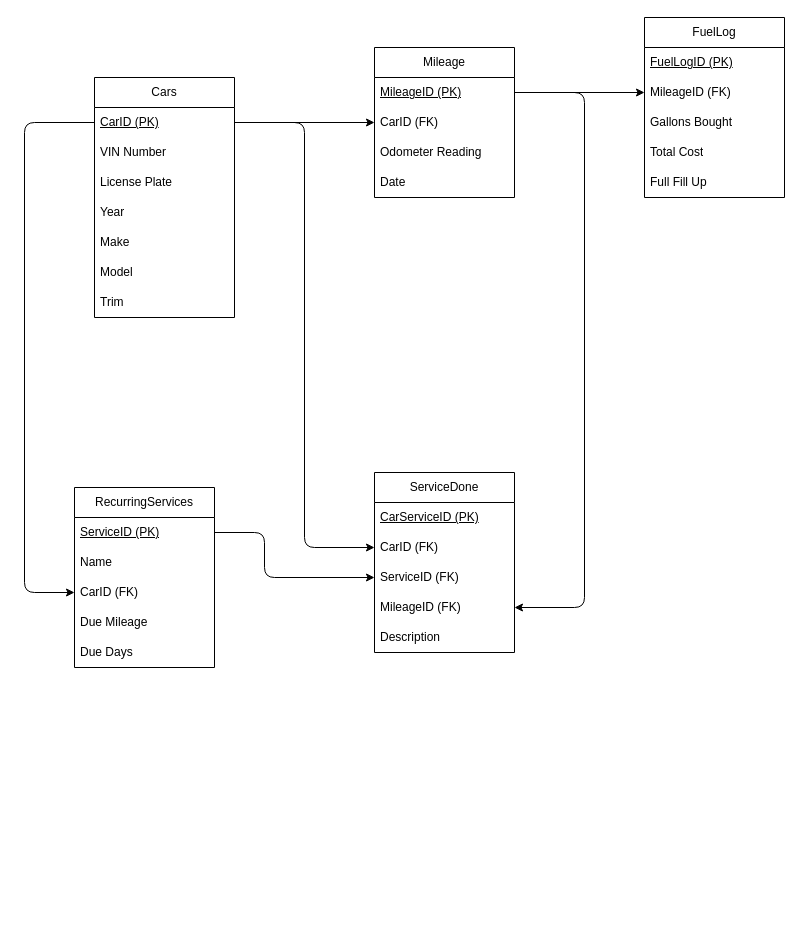
Above: BluePrint/ERD.drawio in Danny-Erikson/MileageSnake (draw.io), before the change. Source tidied: cells renumbered, new cells numbered last; positions are measured from the earlier drawing's top-left corner, leaving out a move shared by most shapes. Both pictures are drawn from the tidied source at 100%, with x=0, y=0 at pixel (24, 17).
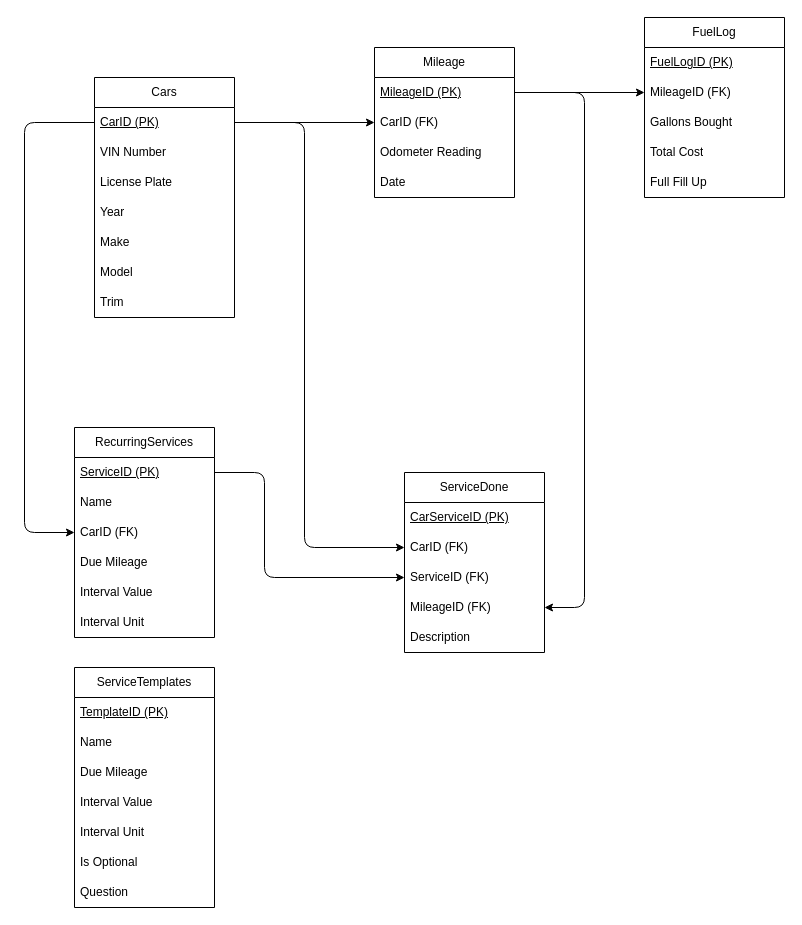
The same diagram, later.

Unchanged cells that the change refers to:
```xml
<mxCell id="3" value="&lt;u&gt;CarID (PK)&lt;/u&gt;" style="text;strokeColor=none;fillColor=none;align=left;verticalAlign=middle;spacingLeft=4;spacingRight=4;overflow=hidden;points=[[0,0.5],[1,0.5]];portConstraint=eastwest;whiteSpace=wrap;html=1;" parent="2" vertex="1">
  <mxGeometry y="30" width="140" height="30" as="geometry" />
</mxCell>
<mxCell id="19" value="ServiceID (FK)" style="text;strokeColor=none;fillColor=none;align=left;verticalAlign=middle;spacingLeft=4;spacingRight=4;overflow=hidden;points=[[0,0.5],[1,0.5]];portConstraint=eastwest;whiteSpace=wrap;html=1;" parent="16" vertex="1">
  <mxGeometry y="90" width="140" height="30" as="geometry" />
</mxCell>
<mxCell id="23" value="&lt;u&gt;ServiceID (PK)&lt;/u&gt;" style="text;strokeColor=none;fillColor=none;align=left;verticalAlign=middle;spacingLeft=4;spacingRight=4;overflow=hidden;points=[[0,0.5],[1,0.5]];portConstraint=eastwest;whiteSpace=wrap;html=1;" parent="22" vertex="1">
  <mxGeometry y="30" width="140" height="30" as="geometry" />
</mxCell>
<mxCell id="25" value="CarID (FK)" style="text;strokeColor=none;fillColor=none;align=left;verticalAlign=middle;spacingLeft=4;spacingRight=4;overflow=hidden;points=[[0,0.5],[1,0.5]];portConstraint=eastwest;whiteSpace=wrap;html=1;" parent="22" vertex="1">
  <mxGeometry y="90" width="140" height="30" as="geometry" />
</mxCell>
```

Change to the diagram source:
```diff
@@
     <mxCell id="16" value="ServiceDone" style="swimlane;fontStyle=0;horizontal=1;startSize=30;whiteSpace=wrap;html=1;" parent="1" vertex="1">
-      <mxGeometry x="350" y="455" width="140" height="180" as="geometry" />
+      <mxGeometry x="380" y="455" width="140" height="180" as="geometry" />
     </mxCell>
@@
     <mxCell id="22" value="RecurringServices" style="swimlane;fontStyle=0;horizontal=1;startSize=30;whiteSpace=wrap;html=1;" parent="1" vertex="1">
-      <mxGeometry x="50" y="470" width="140" height="180" as="geometry" />
+      <mxGeometry x="50" y="410" width="140" height="210" as="geometry" />
     </mxCell>
@@
-    <mxCell id="27" value="Due Days" style="text;strokeColor=none;fillColor=none;align=left;verticalAlign=middle;spacingLeft=4;spacingRight=4;overflow=hidden;whiteSpace=wrap;html=1;" parent="22" vertex="1">
+    <mxCell id="27" value="Interval Value" style="text;strokeColor=none;fillColor=none;align=left;verticalAlign=middle;spacingLeft=4;spacingRight=4;overflow=hidden;whiteSpace=wrap;html=1;" parent="22" vertex="1">
       <mxGeometry y="150" width="140" height="30" as="geometry" />
     </mxCell>
+    <mxCell id="39" value="Interval Unit" style="text;strokeColor=none;fillColor=none;align=left;verticalAlign=middle;spacingLeft=4;spacingRight=4;overflow=hidden;whiteSpace=wrap;html=1;" parent="22" vertex="1">
+      <mxGeometry y="180" width="140" height="30" as="geometry" />
+    </mxCell>
     <mxCell id="28" style="edgeStyle=none;html=1;exitX=0;exitY=0.5;exitDx=0;exitDy=0;entryX=0;entryY=0.5;entryDx=0;entryDy=0;" parent="1" edge="1" source="3" target="25">
       <mxGeometry relative="1" as="geometry">
         <Array as="points">
           <mxPoint y="105" />
-          <mxPoint y="575" />
+          <mxPoint y="515" />
         </Array>
       </mxGeometry>
     </mxCell>
@@
     <mxCell id="31" style="edgeStyle=none;html=1;exitX=1;exitY=0.5;exitDx=0;exitDy=0;entryX=0;entryY=0.5;entryDx=0;entryDy=0;" parent="1" edge="1" source="23" target="19">
       <mxGeometry relative="1" as="geometry">
         <Array as="points">
-          <mxPoint x="240" y="515" />
+          <mxPoint x="240" y="455" />
           <mxPoint x="240" y="560" />
         </Array>
       </mxGeometry>
     </mxCell>
@@
+    <mxCell id="40" value="ServiceTemplates" style="swimlane;fontStyle=0;horizontal=1;startSize=30;whiteSpace=wrap;html=1;" parent="1" vertex="1">
+      <mxGeometry x="50" y="650" width="140" height="240" as="geometry" />
+    </mxCell>
+    <mxCell id="41" value="&lt;u&gt;TemplateID (PK)&lt;/u&gt;" style="text;strokeColor=none;fillColor=none;align=left;verticalAlign=middle;spacingLeft=4;spacingRight=4;overflow=hidden;whiteSpace=wrap;html=1;" parent="40" vertex="1">
+      <mxGeometry y="30" width="140" height="30" as="geometry" />
+    </mxCell>
+    <mxCell id="42" value="Name" style="text;strokeColor=none;fillColor=none;align=left;verticalAlign=middle;spacingLeft=4;spacingRight=4;overflow=hidden;whiteSpace=wrap;html=1;" parent="40" vertex="1">
+      <mxGeometry y="60" width="140" height="30" as="geometry" />
+    </mxCell>
+    <mxCell id="43" value="Due Mileage" style="text;strokeColor=none;fillColor=none;align=left;verticalAlign=middle;spacingLeft=4;spacingRight=4;overflow=hidden;whiteSpace=wrap;html=1;" parent="40" vertex="1">
+      <mxGeometry y="90" width="140" height="30" as="geometry" />
+    </mxCell>
+    <mxCell id="44" value="Interval Value" style="text;strokeColor=none;fillColor=none;align=left;verticalAlign=middle;spacingLeft=4;spacingRight=4;overflow=hidden;whiteSpace=wrap;html=1;" parent="40" vertex="1">
+      <mxGeometry y="120" width="140" height="30" as="geometry" />
+    </mxCell>
+    <mxCell id="45" value="Interval Unit" style="text;strokeColor=none;fillColor=none;align=left;verticalAlign=middle;spacingLeft=4;spacingRight=4;overflow=hidden;whiteSpace=wrap;html=1;" parent="40" vertex="1">
+      <mxGeometry y="150" width="140" height="30" as="geometry" />
+    </mxCell>
+    <mxCell id="46" value="Is Optional" style="text;strokeColor=none;fillColor=none;align=left;verticalAlign=middle;spacingLeft=4;spacingRight=4;overflow=hidden;whiteSpace=wrap;html=1;" parent="40" vertex="1">
+      <mxGeometry y="180" width="140" height="30" as="geometry" />
+    </mxCell>
+    <mxCell id="47" value="Question" style="text;strokeColor=none;fillColor=none;align=left;verticalAlign=middle;spacingLeft=4;spacingRight=4;overflow=hidden;whiteSpace=wrap;html=1;" parent="40" vertex="1">
+      <mxGeometry y="210" width="140" height="30" as="geometry" />
+    </mxCell>
```
